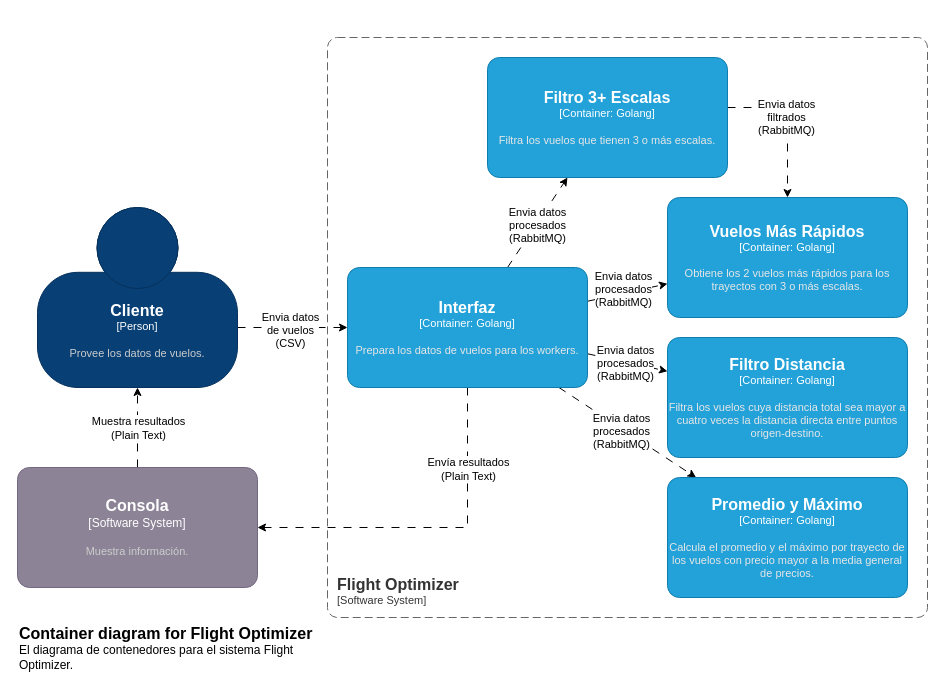
The draw.io diagram page "Page-2" (2 of 6) of docs/C4model.drawio in FranciscoPereira987/tp1-distribuidos-grupo5, before the edit. Source tidied: cells renumbered, new cells numbered last; positions are measured from the earlier drawing's top-left corner, leaving out a move shared by most shapes. Both pictures are drawn from the tidied source at 100%, with x=0, y=0 at pixel (17, 37).
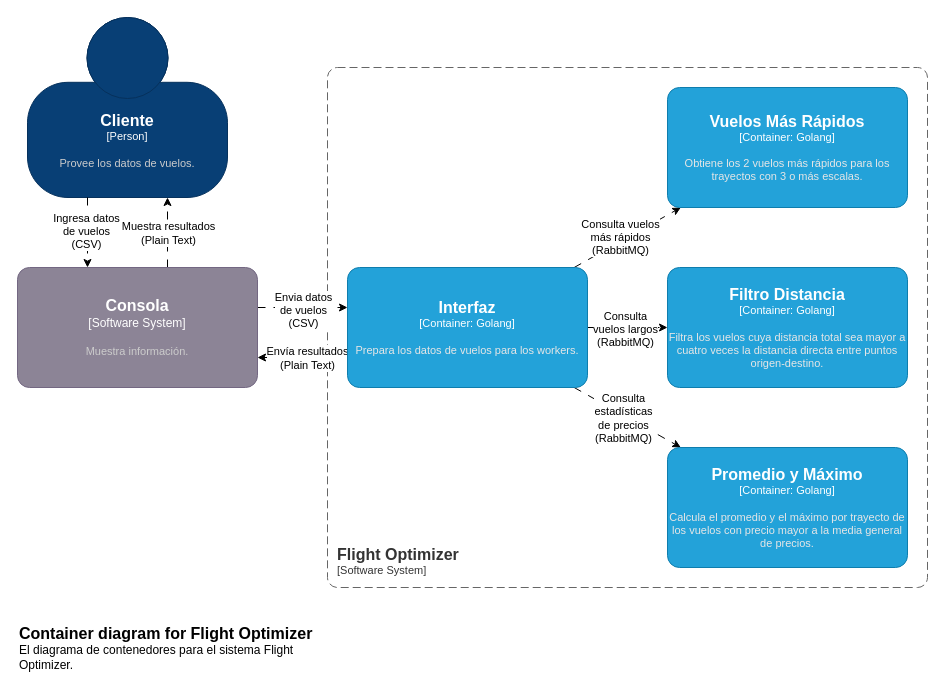
The same diagram, later.

Unchanged cells that the change refers to:
```xml
<mxCell id="8" style="rounded=0;jettySize=auto;html=1;dashed=1;dashPattern=8 8;" parent="1" edge="1" source="16" target="22">
  <mxGeometry relative="1" as="geometry" />
</mxCell>
<mxCell id="10" style="rounded=0;jettySize=auto;html=1;dashed=1;dashPattern=8 8;" parent="1" edge="1" source="16" target="21">
  <mxGeometry relative="1" as="geometry" />
</mxCell>
<mxCell id="12" style="rounded=0;jettySize=auto;html=1;dashed=1;dashPattern=8 8;" parent="1" edge="1" source="16" target="20">
  <mxGeometry relative="1" as="geometry" />
</mxCell>
<object id="16" label="&lt;font style=&quot;font-size: 16px&quot;&gt;&lt;b&gt;%c4Name%&lt;/b&gt;&lt;/font&gt;&lt;div&gt;[%c4Type%: %c4Technology%]&lt;/div&gt;&lt;br&gt;&lt;div&gt;&lt;font style=&quot;font-size: 11px&quot;&gt;&lt;font color=&quot;#E6E6E6&quot;&gt;%c4Description%&lt;/font&gt;&lt;/div&gt;" c4Description="Prepara los datos de vuelos para los workers." c4Name="Interfaz" c4Technology="Golang" c4Type="Container" placeholders="1">
  <mxCell style="rounded=1;whiteSpace=wrap;html=1;fontSize=11;labelBackgroundColor=none;fillColor=#23A2D9;fontColor=#ffffff;align=center;arcSize=10;strokeColor=#0E7DAD;points=[[0.25,0,0],[0.5,0,0],[0.75,0,0],[1,0.25,0],[1,0.5,0],[1,0.75,0],[0.75,1,0],[0.5,1,0],[0.25,1,0],[0,0.75,0],[0,0.5,0],[0,0.25,0]];" parent="1" vertex="1">
    <mxGeometry x="330" y="230" width="240" height="120" as="geometry" />
  </mxCell>
</object>
```

Change to the diagram source:
```diff
@@
     <object id="2" label="&lt;font style=&quot;font-size: 16px&quot;&gt;&lt;b&gt;&lt;div style=&quot;text-align: left&quot;&gt;%c4Name%&lt;/div&gt;&lt;/b&gt;&lt;/font&gt;&lt;div style=&quot;text-align: left&quot;&gt;[%c4Application%]&lt;/div&gt;" c4Application="Software System" c4Name="Flight Optimizer" placeholders="1">
       <mxCell style="rounded=1;fontSize=11;whiteSpace=wrap;html=1;dashed=1;arcSize=20;fillColor=none;strokeColor=#666666;fontColor=#333333;labelBackgroundColor=none;align=left;verticalAlign=bottom;labelBorderColor=none;spacingTop=0;spacing=10;dashPattern=8 4;perimeter=rectanglePerimeter;noLabel=0;labelPadding=0;absoluteArcSize=1;" parent="1" vertex="1">
-        <mxGeometry x="310" width="600" height="580" as="geometry" />
+        <mxGeometry x="310" y="30" width="600" height="520" as="geometry" />
       </mxCell>
     </object>
-    <mxCell id="3" style="edgeStyle=orthogonalEdgeStyle;rounded=0;jettySize=auto;html=1;dashed=1;dashPattern=8 8;" parent="1" edge="1" source="5" target="16">
+    <mxCell id="3" style="edgeStyle=orthogonalEdgeStyle;rounded=0;jettySize=auto;html=1;dashed=1;dashPattern=8 8;" parent="1" edge="1" source="25" target="16">
       <mxGeometry relative="1" as="geometry">
         <Array as="points">
-          <mxPoint x="250" y="290" />
-          <mxPoint x="250" y="290" />
+          <mxPoint x="290" y="270" />
+          <mxPoint x="290" y="270" />
         </Array>
       </mxGeometry>
     </mxCell>
-    <mxCell id="4" value="&lt;div&gt;Envia datos&lt;br&gt;&lt;/div&gt;&lt;div&gt;de vuelos&lt;/div&gt;&lt;div&gt;(CSV)&lt;/div&gt;" style="edgeLabel;html=1;align=center;verticalAlign=middle;" parent="3" vertex="1">
-      <mxGeometry x="-0.05" y="-2" relative="1" as="geometry" />
+    <mxCell id="4" value="&lt;div&gt;Envia datos&lt;/div&gt;&lt;div&gt;de vuelos&lt;/div&gt;&lt;div&gt;(CSV)&lt;br&gt;&lt;/div&gt;" style="edgeLabel;html=1;align=center;verticalAlign=middle;" parent="3" vertex="1">
+      <mxGeometry y="-2" relative="1" as="geometry" />
     </mxCell>
     <object id="5" label="&lt;font style=&quot;font-size: 16px&quot;&gt;&lt;b&gt;%c4Name%&lt;/b&gt;&lt;/font&gt;&lt;div&gt;[%c4Type%]&lt;/div&gt;&lt;br&gt;&lt;div&gt;&lt;font style=&quot;font-size: 11px&quot;&gt;&lt;font color=&quot;#cccccc&quot;&gt;%c4Description%&lt;/font&gt;&lt;/div&gt;" c4Description="Provee los datos de vuelos." c4Name="Cliente" c4Type="Person" placeholders="1">
       <mxCell style="html=1;fontSize=11;dashed=0;whiteSpace=wrap;fillColor=#083F75;strokeColor=#06315C;fontColor=#ffffff;shape=mxgraph.c4.person2;align=center;points=[[0.5,0,0],[1,0.5,0],[1,0.75,0],[0.75,1,0],[0.5,1,0],[0.25,1,0],[0,0.75,0],[0,0.5,0]];" parent="1" vertex="1">
-        <mxGeometry x="20" y="170" width="200" height="180" as="geometry" />
+        <mxGeometry x="10" y="-20" width="200" height="180" as="geometry" />
       </mxCell>
     </object>
-    <mxCell id="6" style="rounded=0;jettySize=auto;html=1;dashed=1;dashPattern=8 8;" parent="1" edge="1" source="16" target="19">
-      <mxGeometry relative="1" as="geometry" />
-    </mxCell>
-    <mxCell id="7" value="&lt;div&gt;Envia datos&lt;/div&gt;&lt;div&gt;procesados&lt;/div&gt;&lt;div&gt;(RabbitMQ)&lt;br&gt;&lt;/div&gt;" style="edgeLabel;html=1;align=center;verticalAlign=middle;" parent="6" vertex="1">
-      <mxGeometry x="-0.04" y="-1" relative="1" as="geometry" />
-    </mxCell>
@@
-    <mxCell id="9" value="&lt;div&gt;Envia datos&lt;/div&gt;&lt;div&gt;procesados&lt;/div&gt;&lt;div&gt;(RabbitMQ)&lt;br&gt;&lt;/div&gt;" style="edgeLabel;html=1;align=center;verticalAlign=middle;" parent="8" vertex="1">
+    <mxCell id="9" value="&lt;div&gt;Consulta vuelos&lt;/div&gt;&lt;div&gt;más rápidos&lt;/div&gt;&lt;div&gt;(RabbitMQ)&lt;br&gt;&lt;/div&gt;" style="edgeLabel;html=1;align=center;verticalAlign=middle;" parent="8" vertex="1">
       <mxGeometry x="-0.1" y="4" relative="1" as="geometry" />
     </mxCell>
@@
-    <mxCell id="11" value="&lt;div&gt;Envia datos&lt;/div&gt;&lt;div&gt;procesados&lt;/div&gt;&lt;div&gt;(RabbitMQ)&lt;br&gt;&lt;/div&gt;" style="edgeLabel;html=1;align=center;verticalAlign=middle;" parent="10" vertex="1">
+    <mxCell id="11" value="&lt;div&gt;Consulta&lt;/div&gt;&lt;div&gt;vuelos largos&lt;br&gt;&lt;/div&gt;&lt;div&gt;(RabbitMQ)&lt;br&gt;&lt;/div&gt;" style="edgeLabel;html=1;align=center;verticalAlign=middle;" parent="10" vertex="1">
       <mxGeometry x="-0.08" relative="1" as="geometry">
         <mxPoint y="1" as="offset" />
       </mxGeometry>
     </mxCell>
@@
-    <mxCell id="13" value="&lt;div&gt;Envia datos&lt;/div&gt;&lt;div&gt;procesados&lt;/div&gt;&lt;div&gt;(RabbitMQ)&lt;br&gt;&lt;/div&gt;" style="edgeLabel;html=1;align=center;verticalAlign=middle;" parent="12" vertex="1">
+    <mxCell id="13" value="&lt;div&gt;Consulta&lt;/div&gt;&lt;div&gt;estadísticas&lt;/div&gt;&lt;div&gt;de precios&lt;br&gt;&lt;/div&gt;&lt;div&gt;(RabbitMQ)&lt;br&gt;&lt;/div&gt;" style="edgeLabel;html=1;align=center;verticalAlign=middle;" parent="12" vertex="1">
       <mxGeometry x="-0.09" y="-3" relative="1" as="geometry">
         <mxPoint x="1" as="offset" />
       </mxGeometry>
     </mxCell>
     <mxCell id="14" style="edgeStyle=orthogonalEdgeStyle;rounded=0;jettySize=auto;html=1;dashed=1;dashPattern=8 8;" parent="1" edge="1" source="16" target="25">
       <mxGeometry relative="1" as="geometry">
         <Array as="points">
-          <mxPoint x="450" y="490" />
+          <mxPoint x="290" y="320" />
+          <mxPoint x="290" y="320" />
         </Array>
       </mxGeometry>
     </mxCell>
     <mxCell id="15" value="&lt;div&gt;Envía resultados&lt;/div&gt;&lt;div&gt;(Plain Text)&lt;br&gt;&lt;/div&gt;" style="edgeLabel;html=1;align=center;verticalAlign=middle;" parent="14" vertex="1">
-      <mxGeometry x="-0.54" relative="1" as="geometry" />
+      <mxGeometry x="-0.54" relative="1" as="geometry">
+        <mxPoint x="-20" as="offset" />
+      </mxGeometry>
     </mxCell>
@@
-    <mxCell id="17" style="edgeStyle=orthogonalEdgeStyle;rounded=0;jettySize=auto;html=1;dashed=1;dashPattern=8 8;" parent="1" edge="1" source="19" target="22">
-      <mxGeometry relative="1" as="geometry">
-        <Array as="points">
-          <mxPoint x="770" y="70" />
-        </Array>
-      </mxGeometry>
-    </mxCell>
-    <mxCell id="18" value="&lt;div&gt;Envia datos&lt;/div&gt;&lt;div&gt;filtrados&lt;/div&gt;&lt;div&gt;(RabbitMQ)&lt;br&gt;&lt;/div&gt;" style="edgeLabel;html=1;align=center;verticalAlign=middle;" parent="17" vertex="1">
-      <mxGeometry x="-0.08" y="-2" relative="1" as="geometry" />
-    </mxCell>
-    <object id="19" label="&lt;font style=&quot;font-size: 16px&quot;&gt;&lt;b&gt;%c4Name%&lt;/b&gt;&lt;/font&gt;&lt;div&gt;[%c4Type%: %c4Technology%]&lt;/div&gt;&lt;br&gt;&lt;div&gt;&lt;font style=&quot;font-size: 11px&quot;&gt;&lt;font color=&quot;#E6E6E6&quot;&gt;%c4Description%&lt;/font&gt;&lt;/div&gt;" c4Description="Filtra los vuelos que tienen 3 o más escalas." c4Name="Filtro 3+ Escalas" c4Technology="Golang" c4Type="Container" placeholders="1">
-      <mxCell style="rounded=1;whiteSpace=wrap;html=1;fontSize=11;labelBackgroundColor=none;fillColor=#23A2D9;fontColor=#ffffff;align=center;arcSize=10;strokeColor=#0E7DAD;points=[[0.25,0,0],[0.5,0,0],[0.75,0,0],[1,0.25,0],[1,0.5,0],[1,0.75,0],[0.75,1,0],[0.5,1,0],[0.25,1,0],[0,0.75,0],[0,0.5,0],[0,0.25,0]];" parent="1" vertex="1">
-        <mxGeometry x="470" y="20" width="240" height="120" as="geometry" />
-      </mxCell>
-    </object>
     <object id="20" label="&lt;font style=&quot;font-size: 16px&quot;&gt;&lt;b&gt;%c4Name%&lt;/b&gt;&lt;/font&gt;&lt;div&gt;[%c4Type%: %c4Technology%]&lt;/div&gt;&lt;br&gt;&lt;div&gt;&lt;font style=&quot;font-size: 11px&quot;&gt;&lt;font color=&quot;#E6E6E6&quot;&gt;%c4Description%&lt;/font&gt;&lt;/div&gt;" c4Description="Calcula el promedio y el máximo por trayecto de los vuelos con precio mayor a la media general de precios." c4Name="Promedio y Máximo" c4Technology="Golang" c4Type="Container" placeholders="1">
       <mxCell style="rounded=1;whiteSpace=wrap;html=1;fontSize=11;labelBackgroundColor=none;fillColor=#23A2D9;fontColor=#ffffff;align=center;arcSize=10;strokeColor=#0E7DAD;points=[[0.25,0,0],[0.5,0,0],[0.75,0,0],[1,0.25,0],[1,0.5,0],[1,0.75,0],[0.75,1,0],[0.5,1,0],[0.25,1,0],[0,0.75,0],[0,0.5,0],[0,0.25,0]];" parent="1" vertex="1">
-        <mxGeometry x="650" y="440" width="240" height="120" as="geometry" />
+        <mxGeometry x="650" y="410" width="240" height="120" as="geometry" />
       </mxCell>
     </object>
     <object id="21" label="&lt;font style=&quot;font-size: 16px&quot;&gt;&lt;b&gt;%c4Name%&lt;/b&gt;&lt;/font&gt;&lt;div&gt;[%c4Type%: %c4Technology%]&lt;/div&gt;&lt;br&gt;&lt;div&gt;&lt;font style=&quot;font-size: 11px&quot;&gt;&lt;font color=&quot;#E6E6E6&quot;&gt;%c4Description%&lt;/font&gt;&lt;/div&gt;" c4Description="Filtra los vuelos cuya distancia total sea mayor a cuatro veces la distancia directa entre puntos origen-destino." c4Name="Filtro Distancia" c4Technology="Golang" c4Type="Container" placeholders="1">
       <mxCell style="rounded=1;whiteSpace=wrap;html=1;fontSize=11;labelBackgroundColor=none;fillColor=#23A2D9;fontColor=#ffffff;align=center;arcSize=10;strokeColor=#0E7DAD;points=[[0.25,0,0],[0.5,0,0],[0.75,0,0],[1,0.25,0],[1,0.5,0],[1,0.75,0],[0.75,1,0],[0.5,1,0],[0.25,1,0],[0,0.75,0],[0,0.5,0],[0,0.25,0]];" parent="1" vertex="1">
-        <mxGeometry x="650" y="300" width="240" height="120" as="geometry" />
+        <mxGeometry x="650" y="230" width="240" height="120" as="geometry" />
       </mxCell>
     </object>
     <object id="22" label="&lt;font style=&quot;font-size: 16px&quot;&gt;&lt;b&gt;%c4Name%&lt;/b&gt;&lt;/font&gt;&lt;div&gt;[%c4Type%: %c4Technology%]&lt;/div&gt;&lt;br&gt;&lt;div&gt;&lt;font style=&quot;font-size: 11px&quot;&gt;&lt;font color=&quot;#E6E6E6&quot;&gt;%c4Description%&lt;/font&gt;&lt;/div&gt;" c4Description="Obtiene los 2 vuelos más rápidos para los trayectos con 3 o más escalas." c4Name="Vuelos Más Rápidos" c4Technology="Golang" c4Type="Container" placeholders="1">
       <mxCell style="rounded=1;whiteSpace=wrap;html=1;fontSize=11;labelBackgroundColor=none;fillColor=#23A2D9;fontColor=#ffffff;align=center;arcSize=10;strokeColor=#0E7DAD;points=[[0.25,0,0],[0.5,0,0],[0.75,0,0],[1,0.25,0],[1,0.5,0],[1,0.75,0],[0.75,1,0],[0.5,1,0],[0.25,1,0],[0,0.75,0],[0,0.5,0],[0,0.25,0]];" parent="1" vertex="1">
-        <mxGeometry x="650" y="160" width="240" height="120" as="geometry" />
+        <mxGeometry x="650" y="50" width="240" height="120" as="geometry" />
       </mxCell>
     </object>
     <mxCell id="23" style="edgeStyle=orthogonalEdgeStyle;rounded=0;jettySize=auto;html=1;dashed=1;dashPattern=8 8;" parent="1" edge="1" source="25" target="5">
-      <mxGeometry relative="1" as="geometry" />
+      <mxGeometry relative="1" as="geometry">
+        <Array as="points">
+          <mxPoint x="150" y="200" />
+          <mxPoint x="150" y="200" />
+        </Array>
+      </mxGeometry>
     </mxCell>
@@
+    <object id="26" label="&lt;font style=&quot;font-size: 16px&quot;&gt;&lt;b&gt;&lt;div style=&quot;text-align: left&quot;&gt;%c4Name%&lt;/div&gt;&lt;/b&gt;&lt;/font&gt;&lt;div style=&quot;text-align: left&quot;&gt;%c4Description%&lt;/div&gt;" c4Description="El diagrama de contenedores para el sistema Flight Optimizer." c4Name="Container diagram for Flight Optimizer" placeholders="1">
+      <mxCell style="text;html=1;strokeColor=none;fillColor=none;align=left;verticalAlign=top;whiteSpace=wrap;rounded=0;" parent="1" vertex="1">
+        <mxGeometry y="580" width="320" height="50" as="geometry" />
+      </mxCell>
+    </object>
+    <mxCell id="27" style="edgeStyle=orthogonalEdgeStyle;rounded=0;jettySize=auto;html=1;dashed=1;dashPattern=8 8;" parent="1" edge="1" source="5" target="25">
+      <mxGeometry relative="1" as="geometry">
+        <Array as="points">
+          <mxPoint x="70" y="200" />
+          <mxPoint x="70" y="200" />
+        </Array>
+      </mxGeometry>
+    </mxCell>
+    <mxCell id="28" value="&lt;div&gt;Ingresa datos&lt;br&gt;&lt;/div&gt;&lt;div&gt;de vuelos&lt;/div&gt;&lt;div&gt;(CSV)&lt;/div&gt;" style="edgeLabel;html=1;align=center;verticalAlign=middle;" parent="27" vertex="1">
+      <mxGeometry x="-0.05" y="-2" relative="1" as="geometry" />
+    </mxCell>
     <object id="25" label="&lt;font style=&quot;font-size: 16px&quot;&gt;&lt;b&gt;%c4Name%&lt;/b&gt;&lt;/font&gt;&lt;div&gt;[%c4Type%]&lt;/div&gt;&lt;br&gt;&lt;div&gt;&lt;font style=&quot;font-size: 11px&quot;&gt;&lt;font color=&quot;#cccccc&quot;&gt;%c4Description%&lt;/font&gt;&lt;/div&gt;" c4Description="Muestra información." c4Name="Consola" c4Type="Software System" placeholders="1">
       <mxCell style="rounded=1;whiteSpace=wrap;html=1;labelBackgroundColor=none;fillColor=#8C8496;fontColor=#ffffff;align=center;arcSize=10;strokeColor=#736782;points=[[0.25,0,0],[0.5,0,0],[0.75,0,0],[1,0.25,0],[1,0.5,0],[1,0.75,0],[0.75,1,0],[0.5,1,0],[0.25,1,0],[0,0.75,0],[0,0.5,0],[0,0.25,0]];" parent="1" vertex="1">
-        <mxGeometry y="430" width="240" height="120" as="geometry" />
+        <mxGeometry y="230" width="240" height="120" as="geometry" />
       </mxCell>
     </object>
-    <object id="26" label="&lt;font style=&quot;font-size: 16px&quot;&gt;&lt;b&gt;&lt;div style=&quot;text-align: left&quot;&gt;%c4Name%&lt;/div&gt;&lt;/b&gt;&lt;/font&gt;&lt;div style=&quot;text-align: left&quot;&gt;%c4Description%&lt;/div&gt;" c4Description="El diagrama de contenedores para el sistema Flight Optimizer." c4Name="Container diagram for Flight Optimizer" placeholders="1">
-      <mxCell style="text;html=1;strokeColor=none;fillColor=none;align=left;verticalAlign=top;whiteSpace=wrap;rounded=0;" parent="1" vertex="1">
-        <mxGeometry y="580" width="320" height="50" as="geometry" />
-      </mxCell>
-    </object>
```
